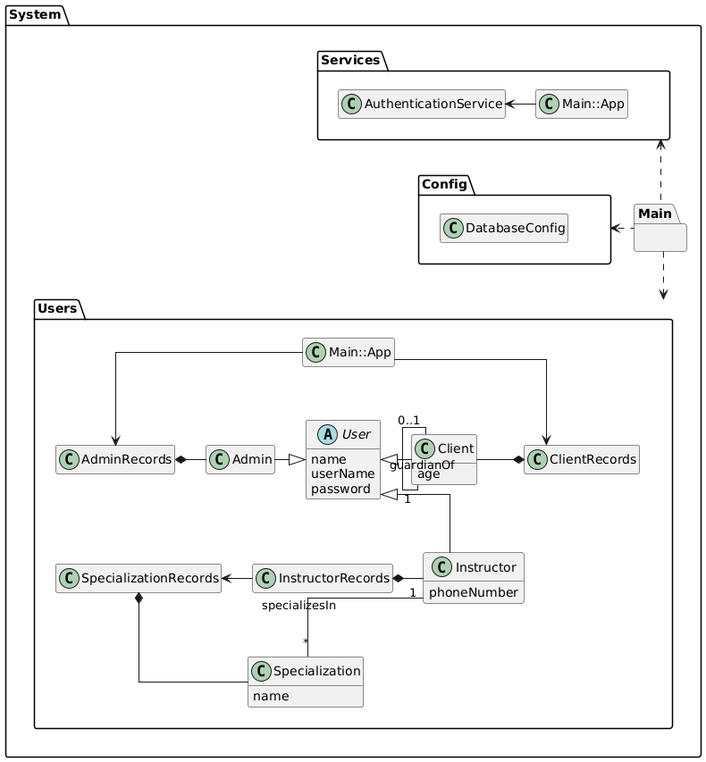
The PlantUML diagram diagrams/out/package-diagram/Package Diagram.png in NathanGrenier/SOEN-342-Project, before a commit.
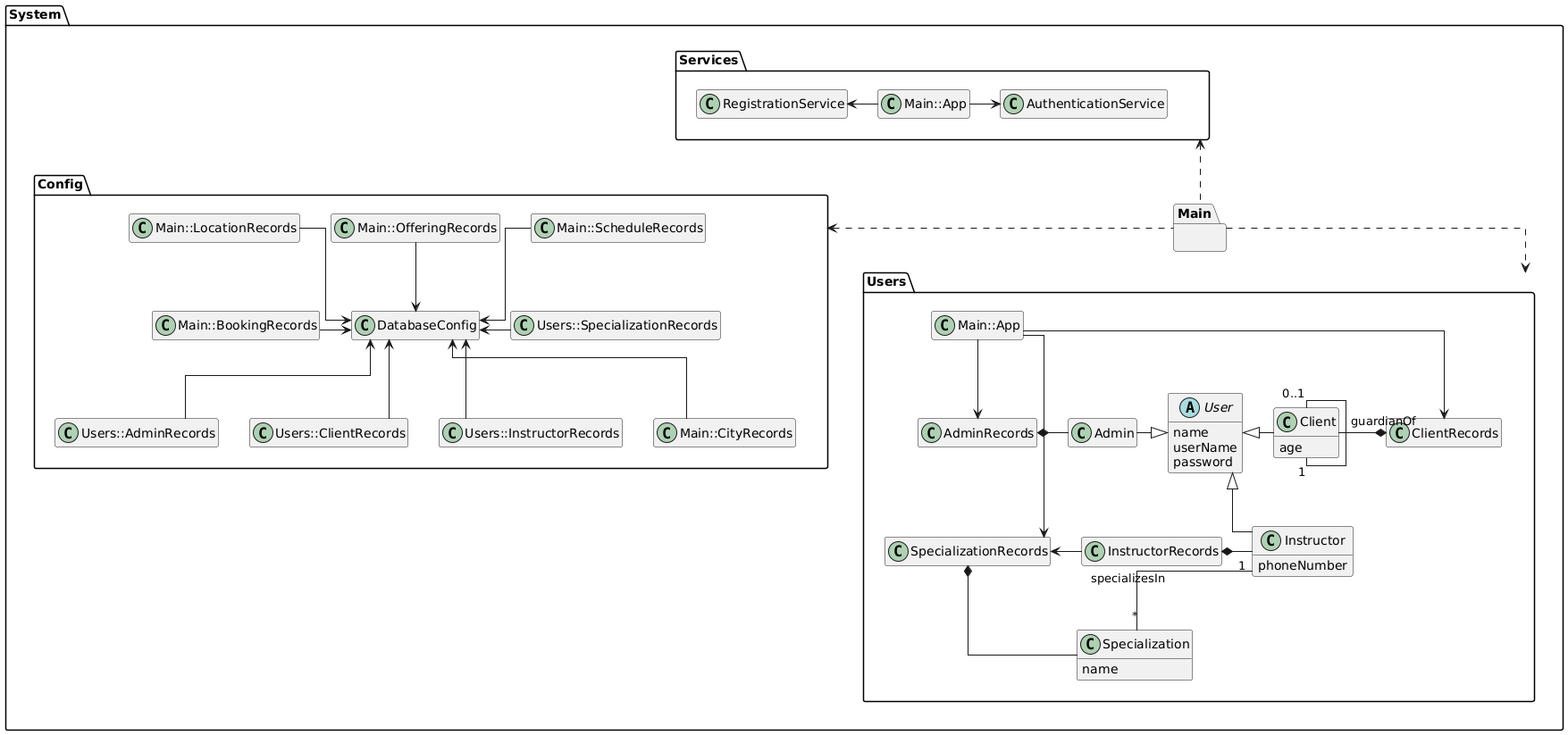
Later version of the same file.

What changed in the source:
```diff
@@ -7,13 +7,35 @@
 
     package Config {
         class DatabaseConfig {}
+
+        class AdminRecords as "Users::AdminRecords"{}
+        class ClientRecords as "Users::ClientRecords"{}
+        class InstructorRecords as "Users::InstructorRecords"{}
+        class SpecializationRecords as "Users::SpecializationRecords"{}
+        class BookingRecords as "Main::BookingRecords"{}
+        class CityRecords as "Main::CityRecords"{}
+        class LocationRecords as "Main::LocationRecords"{}
+        class OfferingRecords as "Main::OfferingRecords"{}
+        class ScheduleRecords as "Main::ScheduleRecords"{}
+
+        AdminRecords -up-> DatabaseConfig
+        ClientRecords -up-> DatabaseConfig
+        InstructorRecords -up-> DatabaseConfig
+        SpecializationRecords -left-> DatabaseConfig
+        BookingRecords -right-> DatabaseConfig
+        CityRecords -up-> DatabaseConfig
+        LocationRecords -down-> DatabaseConfig
+        OfferingRecords -down-> DatabaseConfig
+        ScheduleRecords -down-> DatabaseConfig
     }
 
     package Services {
         class AuthenticationService {}
+        class RegistrationService {}
         class App as "Main::App"
 
-        AuthenticationService <- App
+        AuthenticationService <-left- App
+        RegistrationService <-right- App
     }
 
     package Users {
@@ -42,6 +64,7 @@
 
         App --> AdminRecords
         App --> ClientRecords
+        App -> SpecializationRecords
 
         User <|-right- Client
         User <|-down- Instructor
```
